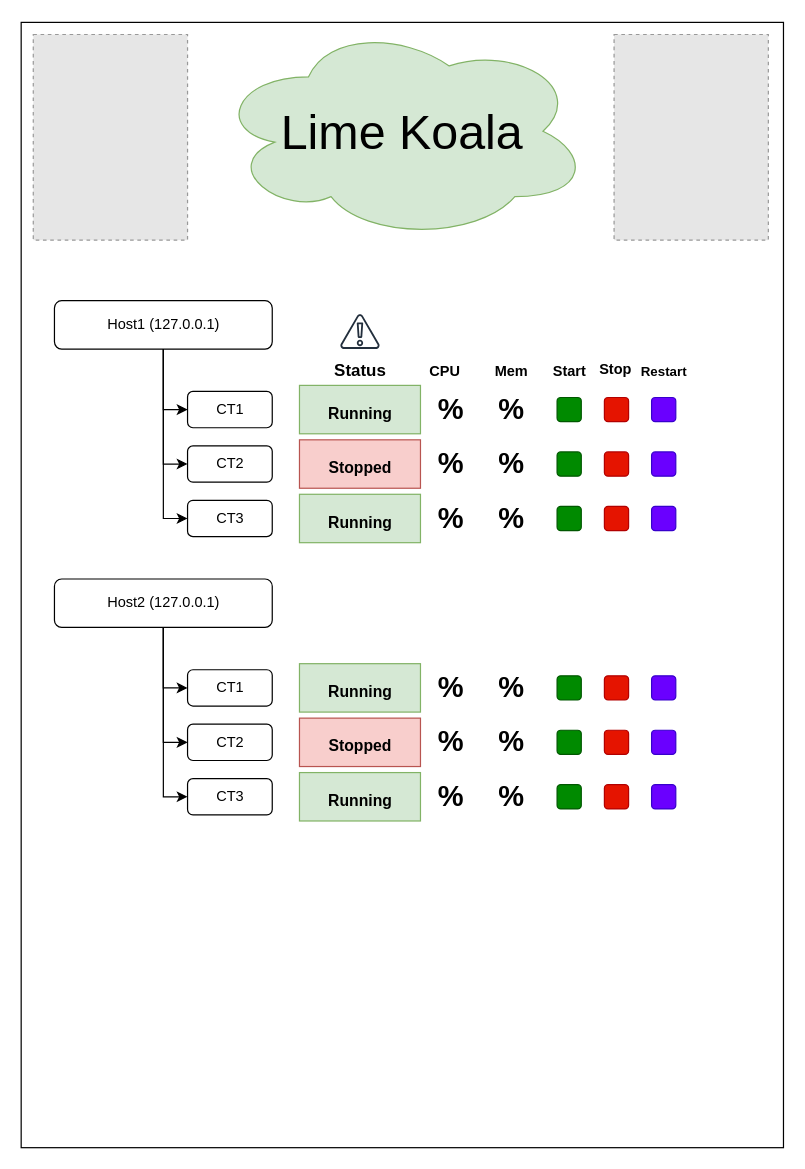
Earlier version of the draw.io diagram docs/frontend.drawio (mrmysko/itinf23-scrumprojekt-lime-koala). Source tidied: cells renumbered, new cells numbered last; positions are measured from the earlier drawing's top-left corner, leaving out a move shared by most shapes. Both pictures are drawn from the tidied source at 121%, with x=0, y=0 at pixel (21, 22). Pictures stored in the file or linked from it are replaced by grey dashed boxes.
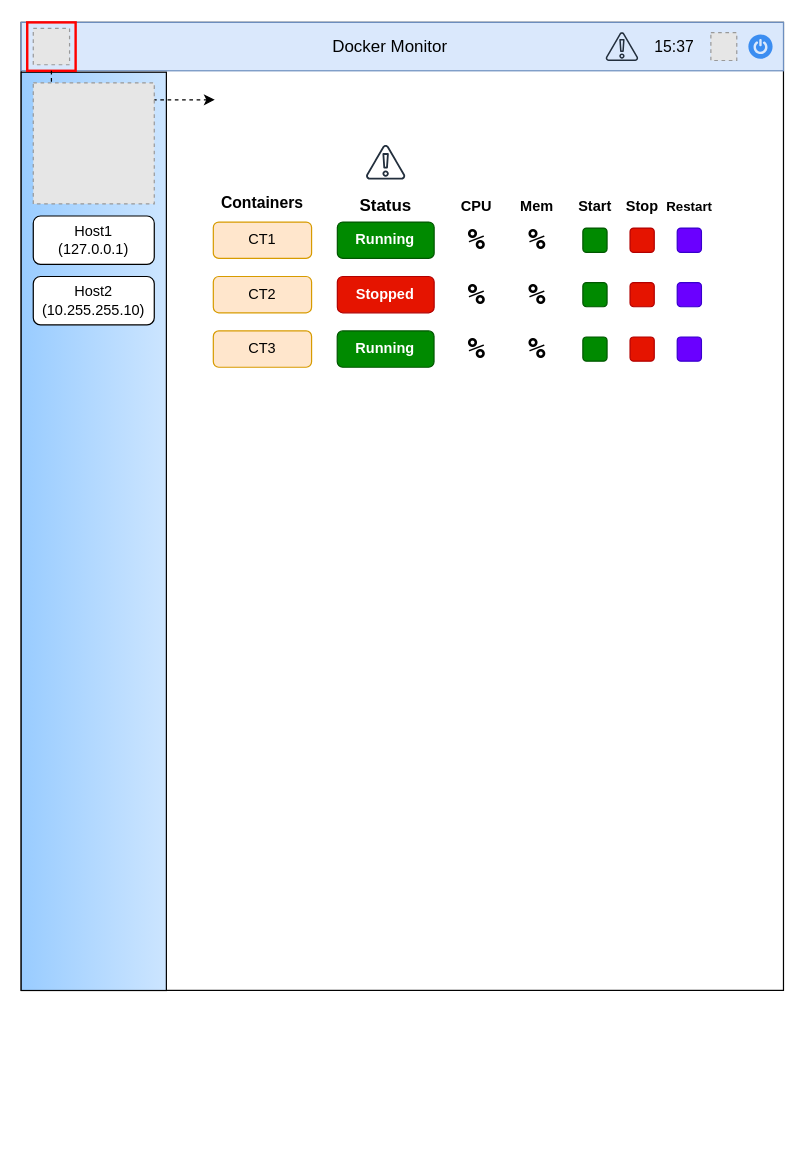
The same page after the edit.

Diff of the diagram source:
```diff
@@
     <mxCell id="2" style="rounded=0;whiteSpace=wrap;html=1;" parent="1" vertex="1">
-      <mxGeometry width="630" height="930" as="geometry" />
+      <mxGeometry width="630" height="800" as="geometry" />
     </mxCell>
-    <mxCell id="3" style="fillColor=#E6E6E6;strokeColor=#999999;dashed=1;verticalLabelPosition=bottom;labelBackgroundColor=default;verticalAlign=top;" parent="1" vertex="1">
-      <mxGeometry x="10" y="10" width="127.5" height="170" as="geometry" />
-    </mxCell>
     <mxCell id="4" style="sketch=0;fontColor=#232F3E;gradientColor=none;fillColor=#232F3D;strokeColor=none;dashed=0;verticalLabelPosition=bottom;verticalAlign=top;align=center;html=1;fontSize=12;fontStyle=0;shape=mxgraph.aws4.alert;" parent="1" vertex="1">
-      <mxGeometry x="263.7" y="241.1" width="32.6" height="28.9" as="geometry" />
+      <mxGeometry x="284.9" y="101.1" width="32.6" height="28.9" as="geometry" />
     </mxCell>
     <mxCell id="5" style="rounded=1;whiteSpace=wrap;html=1;fillColor=#008a00;strokeColor=#005700;fontColor=#ffffff;" parent="1" vertex="1">
-      <mxGeometry x="442.9" y="310" width="20" height="20" as="geometry" />
+      <mxGeometry x="464.2" y="170" width="20" height="20" as="geometry" />
     </mxCell>
     <mxCell id="6" style="rounded=1;whiteSpace=wrap;html=1;fillColor=#e51400;strokeColor=#B20000;fontColor=#ffffff;" parent="1" vertex="1">
-      <mxGeometry x="482" y="310" width="20" height="20" as="geometry" />
+      <mxGeometry x="503.2" y="170" width="20" height="20" as="geometry" />
     </mxCell>
     <mxCell id="7" style="rounded=1;whiteSpace=wrap;html=1;fillColor=#6a00ff;strokeColor=#3700CC;fontColor=#ffffff;" parent="1" vertex="1">
-      <mxGeometry x="521" y="310" width="20" height="20" as="geometry" />
+      <mxGeometry x="542.2" y="170" width="20" height="20" as="geometry" />
     </mxCell>
-    <mxCell id="8" style="edgeStyle=orthogonalEdgeStyle;rounded=0;jettySize=auto;html=1;entryX=0;entryY=0.5;entryDx=0;entryDy=0;" parent="1" edge="1" source="11" target="12">
-      <mxGeometry relative="1" as="geometry" />
-    </mxCell>
-    <mxCell id="9" style="edgeStyle=orthogonalEdgeStyle;rounded=0;jettySize=auto;html=1;entryX=0;entryY=0.5;entryDx=0;entryDy=0;" parent="1" edge="1" source="11" target="13">
-      <mxGeometry relative="1" as="geometry" />
-    </mxCell>
-    <mxCell id="10" style="edgeStyle=orthogonalEdgeStyle;rounded=0;jettySize=auto;html=1;exitX=0.5;exitY=1;exitDx=0;exitDy=0;entryX=0;entryY=0.5;entryDx=0;entryDy=0;" parent="1" edge="1" source="11" target="14">
-      <mxGeometry relative="1" as="geometry" />
-    </mxCell>
-    <mxCell id="11" value="Host1 (127.0.0.1)" style="rounded=1;whiteSpace=wrap;html=1;" parent="1" vertex="1">
-      <mxGeometry x="27.5" y="230" width="180" height="40" as="geometry" />
-    </mxCell>
-    <mxCell id="12" value="CT1" style="rounded=1;whiteSpace=wrap;html=1;" parent="1" vertex="1">
-      <mxGeometry x="137.5" y="305" width="70" height="30" as="geometry" />
+    <mxCell id="12" value="CT1" style="rounded=1;whiteSpace=wrap;html=1;fillColor=#ffe6cc;strokeColor=#d79b00;" parent="1" vertex="1">
+      <mxGeometry x="158.8" y="165" width="81.2" height="30" as="geometry" />
     </mxCell>
-    <mxCell id="13" value="CT2" style="rounded=1;whiteSpace=wrap;html=1;" parent="1" vertex="1">
-      <mxGeometry x="137.5" y="350" width="70" height="30" as="geometry" />
+    <mxCell id="13" value="CT2" style="rounded=1;whiteSpace=wrap;html=1;fillColor=#ffe6cc;strokeColor=#d79b00;" parent="1" vertex="1">
+      <mxGeometry x="158.8" y="210" width="81.2" height="30" as="geometry" />
     </mxCell>
-    <mxCell id="14" value="CT3" style="rounded=1;whiteSpace=wrap;html=1;" parent="1" vertex="1">
-      <mxGeometry x="137.5" y="395" width="70" height="30" as="geometry" />
+    <mxCell id="14" value="CT3" style="rounded=1;whiteSpace=wrap;html=1;fillColor=#ffe6cc;strokeColor=#d79b00;" parent="1" vertex="1">
+      <mxGeometry x="158.8" y="255" width="81.2" height="30" as="geometry" />
     </mxCell>
     <mxCell id="15" style="rounded=1;whiteSpace=wrap;html=1;fillColor=#008a00;strokeColor=#005700;fontColor=#ffffff;" parent="1" vertex="1">
-      <mxGeometry x="442.9" y="355" width="20" height="20" as="geometry" />
+      <mxGeometry x="464.2" y="215" width="20" height="20" as="geometry" />
     </mxCell>
     <mxCell id="16" style="rounded=1;whiteSpace=wrap;html=1;fillColor=#e51400;strokeColor=#B20000;fontColor=#ffffff;" parent="1" vertex="1">
-      <mxGeometry x="482" y="355" width="20" height="20" as="geometry" />
+      <mxGeometry x="503.2" y="215" width="20" height="20" as="geometry" />
     </mxCell>
     <mxCell id="17" style="rounded=1;whiteSpace=wrap;html=1;fillColor=#6a00ff;strokeColor=#3700CC;fontColor=#ffffff;" parent="1" vertex="1">
-      <mxGeometry x="521" y="355" width="20" height="20" as="geometry" />
+      <mxGeometry x="542.2" y="215" width="20" height="20" as="geometry" />
     </mxCell>
     <mxCell id="18" style="rounded=1;whiteSpace=wrap;html=1;fillColor=#008a00;strokeColor=#005700;fontColor=#ffffff;" parent="1" vertex="1">
-      <mxGeometry x="442.9" y="400" width="20" height="20" as="geometry" />
+      <mxGeometry x="464.2" y="260" width="20" height="20" as="geometry" />
     </mxCell>
     <mxCell id="19" style="rounded=1;whiteSpace=wrap;html=1;fillColor=#e51400;strokeColor=#B20000;fontColor=#ffffff;" parent="1" vertex="1">
-      <mxGeometry x="482" y="400" width="20" height="20" as="geometry" />
+      <mxGeometry x="503.2" y="260" width="20" height="20" as="geometry" />
     </mxCell>
     <mxCell id="20" style="rounded=1;whiteSpace=wrap;html=1;fillColor=#6a00ff;strokeColor=#3700CC;fontColor=#ffffff;" parent="1" vertex="1">
-      <mxGeometry x="521" y="400" width="20" height="20" as="geometry" />
+      <mxGeometry x="542.2" y="260" width="20" height="20" as="geometry" />
     </mxCell>
     <mxCell id="21" value="&lt;font style=&quot;font-size: 12px;&quot;&gt;Start&lt;/font&gt;" style="text;strokeColor=none;fillColor=none;html=1;fontSize=24;fontStyle=1;verticalAlign=middle;align=center;rounded=1;" parent="1" vertex="1">
-      <mxGeometry x="423.9" y="265" width="58" height="40" as="geometry" />
+      <mxGeometry x="447.6" y="137.5" width="53.2" height="21.1" as="geometry" />
     </mxCell>
     <mxCell id="22" value="&lt;font style=&quot;font-size: 12px;&quot;&gt;Stop&lt;/font&gt;" style="text;strokeColor=none;fillColor=none;html=1;fontSize=24;fontStyle=1;verticalAlign=middle;align=center;rounded=1;" parent="1" vertex="1">
-      <mxGeometry x="460" y="260" width="61" height="45" as="geometry" />
+      <mxGeometry x="486.6" y="136.2" width="53.3" height="23.9" as="geometry" />
     </mxCell>
     <mxCell id="23" value="&lt;font style=&quot;font-size: 11px;&quot;&gt;Restart&lt;/font&gt;" style="text;strokeColor=none;fillColor=none;html=1;fontSize=24;fontStyle=1;verticalAlign=middle;align=center;rounded=1;" parent="1" vertex="1">
-      <mxGeometry x="502" y="265" width="58" height="40" as="geometry" />
+      <mxGeometry x="523.7" y="133.7" width="57.1" height="28.9" as="geometry" />
     </mxCell>
-    <mxCell id="24" value="%" style="text;strokeColor=none;fillColor=none;html=1;fontSize=24;fontStyle=1;verticalAlign=middle;align=center;" parent="1" vertex="1">
-      <mxGeometry x="380" y="305" width="50" height="30" as="geometry" />
+    <mxCell id="24" value="&lt;font face=&quot;Lucida Console&quot;&gt;%&lt;/font&gt;" style="text;strokeColor=none;fillColor=none;html=1;fontSize=24;fontStyle=1;verticalAlign=middle;align=center;" parent="1" vertex="1">
+      <mxGeometry x="401.2" y="165" width="50" height="30" as="geometry" />
     </mxCell>
-    <mxCell id="25" value="%" style="text;strokeColor=none;fillColor=none;html=1;fontSize=24;fontStyle=1;verticalAlign=middle;align=center;" parent="1" vertex="1">
-      <mxGeometry x="330" y="305" width="50" height="30" as="geometry" />
+    <mxCell id="25" value="&lt;font face=&quot;Lucida Console&quot;&gt;%&lt;/font&gt;" style="text;strokeColor=none;fillColor=none;html=1;fontSize=24;fontStyle=1;verticalAlign=middle;align=center;" parent="1" vertex="1">
+      <mxGeometry x="351.2" y="165" width="50" height="30" as="geometry" />
     </mxCell>
-    <mxCell id="26" value="%" style="text;strokeColor=none;fillColor=none;html=1;fontSize=24;fontStyle=1;verticalAlign=middle;align=center;" parent="1" vertex="1">
-      <mxGeometry x="380" y="350" width="50" height="30" as="geometry" />
+    <mxCell id="26" value="&lt;font face=&quot;Lucida Console&quot;&gt;%&lt;/font&gt;" style="text;strokeColor=none;fillColor=none;html=1;fontSize=24;fontStyle=1;verticalAlign=middle;align=center;" parent="1" vertex="1">
+      <mxGeometry x="401.2" y="210" width="50" height="30" as="geometry" />
     </mxCell>
-    <mxCell id="27" value="%" style="text;strokeColor=none;fillColor=none;html=1;fontSize=24;fontStyle=1;verticalAlign=middle;align=center;" parent="1" vertex="1">
-      <mxGeometry x="380" y="395" width="50" height="30" as="geometry" />
+    <mxCell id="27" value="&lt;font face=&quot;Lucida Console&quot;&gt;%&lt;/font&gt;" style="text;strokeColor=none;fillColor=none;html=1;fontSize=24;fontStyle=1;verticalAlign=middle;align=center;" parent="1" vertex="1">
+      <mxGeometry x="401.2" y="255" width="50" height="30" as="geometry" />
     </mxCell>
-    <mxCell id="28" value="%" style="text;strokeColor=none;fillColor=none;html=1;fontSize=24;fontStyle=1;verticalAlign=middle;align=center;" parent="1" vertex="1">
-      <mxGeometry x="330" y="350" width="50" height="30" as="geometry" />
+    <mxCell id="28" value="&lt;font face=&quot;Lucida Console&quot;&gt;%&lt;/font&gt;" style="text;strokeColor=none;fillColor=none;html=1;fontSize=24;fontStyle=1;verticalAlign=middle;align=center;" parent="1" vertex="1">
+      <mxGeometry x="351.2" y="210" width="50" height="30" as="geometry" />
     </mxCell>
-    <mxCell id="29" value="%" style="text;strokeColor=none;fillColor=none;html=1;fontSize=24;fontStyle=1;verticalAlign=middle;align=center;" parent="1" vertex="1">
-      <mxGeometry x="330" y="395" width="50" height="30" as="geometry" />
+    <mxCell id="29" value="&lt;font face=&quot;Lucida Console&quot;&gt;%&lt;/font&gt;" style="text;strokeColor=none;fillColor=none;html=1;fontSize=24;fontStyle=1;verticalAlign=middle;align=center;" parent="1" vertex="1">
+      <mxGeometry x="351.2" y="255" width="50" height="30" as="geometry" />
     </mxCell>
     <mxCell id="30" value="&lt;font style=&quot;font-size: 12px;&quot;&gt;Mem&lt;/font&gt;" style="text;strokeColor=none;fillColor=none;html=1;fontSize=24;fontStyle=1;verticalAlign=middle;align=center;" parent="1" vertex="1">
-      <mxGeometry x="355" y="265" width="100" height="40" as="geometry" />
+      <mxGeometry x="397.1" y="133.7" width="58.3" height="28.9" as="geometry" />
     </mxCell>
     <mxCell id="31" value="&lt;font style=&quot;font-size: 12px;&quot;&gt;CPU&lt;/font&gt;" style="text;strokeColor=none;fillColor=none;html=1;fontSize=24;fontStyle=1;verticalAlign=middle;align=center;" parent="1" vertex="1">
-      <mxGeometry x="300" y="265" width="100" height="40" as="geometry" />
+      <mxGeometry x="345" y="136.2" width="62.4" height="23.9" as="geometry" />
     </mxCell>
     <mxCell id="32" value="&lt;font style=&quot;font-size: 14px;&quot;&gt;Status&lt;/font&gt;" style="text;strokeColor=none;fillColor=none;html=1;fontSize=24;fontStyle=1;verticalAlign=middle;align=center;" parent="1" vertex="1">
-      <mxGeometry x="230" y="265" width="100" height="40" as="geometry" />
+      <mxGeometry x="251.3" y="135" width="100" height="25" as="geometry" />
     </mxCell>
-    <mxCell id="33" value="&lt;font style=&quot;font-size: 13px;&quot;&gt;Running&lt;/font&gt;" style="text;strokeColor=#82b366;fillColor=#d5e8d4;html=1;fontSize=24;fontStyle=1;verticalAlign=middle;align=center;" parent="1" vertex="1">
-      <mxGeometry x="230" y="300" width="100" height="40" as="geometry" />
-    </mxCell>
-    <mxCell id="34" value="&lt;font style=&quot;font-size: 13px;&quot;&gt;Running&lt;/font&gt;" style="text;strokeColor=#82b366;fillColor=#d5e8d4;html=1;fontSize=24;fontStyle=1;verticalAlign=middle;align=center;" parent="1" vertex="1">
-      <mxGeometry x="230" y="390" width="100" height="40" as="geometry" />
-    </mxCell>
-    <mxCell id="35" value="&lt;font style=&quot;font-size: 13px;&quot;&gt;Stopped&lt;/font&gt;" style="text;strokeColor=#b85450;fillColor=#f8cecc;html=1;fontSize=24;fontStyle=1;verticalAlign=middle;align=center;" parent="1" vertex="1">
-      <mxGeometry x="230" y="345" width="100" height="40" as="geometry" />
-    </mxCell>
-    <mxCell id="36" style="fillColor=#E6E6E6;strokeColor=#999999;dashed=1;verticalLabelPosition=bottom;labelBackgroundColor=default;verticalAlign=top;" parent="1" vertex="1">
-      <mxGeometry x="490" y="10" width="127.5" height="170" as="geometry" />
-    </mxCell>
-    <mxCell id="37" style="edgeStyle=orthogonalEdgeStyle;rounded=0;jettySize=auto;html=1;entryX=0;entryY=0.5;entryDx=0;entryDy=0;" parent="1" edge="1" source="40" target="41">
-      <mxGeometry relative="1" as="geometry" />
-    </mxCell>
-    <mxCell id="38" style="edgeStyle=orthogonalEdgeStyle;rounded=0;jettySize=auto;html=1;exitX=0.5;exitY=1;exitDx=0;exitDy=0;entryX=0;entryY=0.5;entryDx=0;entryDy=0;" parent="1" edge="1" source="40" target="42">
-      <mxGeometry relative="1" as="geometry" />
-    </mxCell>
-    <mxCell id="39" style="edgeStyle=orthogonalEdgeStyle;rounded=0;jettySize=auto;html=1;exitX=0.5;exitY=1;exitDx=0;exitDy=0;entryX=0;entryY=0.5;entryDx=0;entryDy=0;" parent="1" edge="1" source="40" target="43">
-      <mxGeometry relative="1" as="geometry" />
-    </mxCell>
+    <mxCell id="63" style="rounded=0;whiteSpace=wrap;html=1;fillColor=#dae8fc;strokeColor=#6c8ebf;" parent="1" vertex="1">
+      <mxGeometry width="630" height="40" as="geometry" />
+    </mxCell>
+    <mxCell id="64" value="&lt;font style=&quot;font-size: 13px;&quot;&gt;15:37&lt;/font&gt;" style="text;html=1;align=center;verticalAlign=middle;whiteSpace=wrap;rounded=0;" parent="1" vertex="1">
+      <mxGeometry x="510" y="5" width="60" height="30" as="geometry" />
+    </mxCell>
+    <mxCell id="65" style="sketch=0;html=1;strokeColor=none;shadow=0;fillColor=#3B8DF1;verticalAlign=top;labelPosition=center;verticalLabelPosition=bottom;shape=mxgraph.gcp2.a7_power;" parent="1" vertex="1">
+      <mxGeometry x="601" y="10" width="20" height="20" as="geometry" />
+    </mxCell>
+    <mxCell id="66" style="fillColor=#E6E6E6;strokeColor=#999999;dashed=1;html=1;verticalAlign=top;verticalLabelPosition=bottom;labelBackgroundColor=#ffffff;" parent="1" vertex="1">
+      <mxGeometry x="10" y="5" width="30" height="30" as="geometry" />
+    </mxCell>
+    <mxCell id="67" value="&lt;font style=&quot;font-size: 14px;&quot;&gt;Docker Monitor&lt;/font&gt;" style="text;html=1;align=center;verticalAlign=middle;whiteSpace=wrap;rounded=0;" parent="1" vertex="1">
+      <mxGeometry x="170" y="5" width="270" height="30" as="geometry" />
+    </mxCell>
+    <mxCell id="68" style="fillColor=#E6E6E6;strokeColor=#999999;dashed=1;verticalLabelPosition=bottom;labelBackgroundColor=default;verticalAlign=top;" parent="1" vertex="1">
+      <mxGeometry x="570" y="8.5" width="21.4" height="23" as="geometry" />
+    </mxCell>
+    <mxCell id="69" value="&lt;b&gt;Running&lt;/b&gt;" style="rounded=1;whiteSpace=wrap;html=1;fillColor=#008a00;fontColor=#ffffff;strokeColor=#005700;" parent="1" vertex="1">
+      <mxGeometry x="261.3" y="165" width="80" height="30" as="geometry" />
+    </mxCell>
+    <mxCell id="70" value="&lt;b&gt;Stopped&lt;/b&gt;" style="rounded=1;whiteSpace=wrap;html=1;fillColor=#e51400;fontColor=#ffffff;strokeColor=#B20000;" parent="1" vertex="1">
+      <mxGeometry x="261.3" y="210" width="80" height="30" as="geometry" />
+    </mxCell>
+    <mxCell id="71" value="&lt;b&gt;Running&lt;/b&gt;" style="rounded=1;whiteSpace=wrap;html=1;fillColor=#008a00;fontColor=#ffffff;strokeColor=#005700;" parent="1" vertex="1">
+      <mxGeometry x="261.2" y="255" width="80" height="30" as="geometry" />
+    </mxCell>
+    <mxCell id="72" style="rounded=0;whiteSpace=wrap;html=1;gradientColor=#99CCFF;gradientDirection=west;fillColor=#CCE5FF;" parent="1" vertex="1">
+      <mxGeometry y="41.2" width="120" height="758.9" as="geometry" />
+    </mxCell>
+    <mxCell id="73" style="rounded=0;whiteSpace=wrap;html=1;fillColor=none;strokeColor=#FF0000;gradientColor=none;strokeWidth=2;" parent="1" vertex="1">
+      <mxGeometry x="5" width="40" height="40" as="geometry" />
+    </mxCell>
+    <mxCell id="11" value="Host1&lt;div&gt;(127.0.0.1)&lt;/div&gt;" style="rounded=1;whiteSpace=wrap;html=1;" parent="1" vertex="1">
+      <mxGeometry x="10" y="160" width="100" height="40" as="geometry" />
+    </mxCell>
-    <mxCell id="40" value="Host2 (127.0.0.1)" style="rounded=1;whiteSpace=wrap;html=1;" parent="1" vertex="1">
-      <mxGeometry x="27.5" y="460" width="180" height="40" as="geometry" />
+    <mxCell id="40" value="Host2 (10.255.255.10)" style="rounded=1;whiteSpace=wrap;html=1;" parent="1" vertex="1">
+      <mxGeometry x="10" y="210" width="100" height="40" as="geometry" />
     </mxCell>
-    <mxCell id="41" value="CT1" style="rounded=1;whiteSpace=wrap;html=1;" parent="1" vertex="1">
-      <mxGeometry x="137.5" y="535" width="70" height="30" as="geometry" />
-    </mxCell>
-    <mxCell id="42" value="CT2" style="rounded=1;whiteSpace=wrap;html=1;" parent="1" vertex="1">
-      <mxGeometry x="137.5" y="580" width="70" height="30" as="geometry" />
-    </mxCell>
-    <mxCell id="43" value="CT3" style="rounded=1;whiteSpace=wrap;html=1;" parent="1" vertex="1">
-      <mxGeometry x="137.5" y="625" width="70" height="30" as="geometry" />
-    </mxCell>
-    <mxCell id="44" value="%" style="text;strokeColor=none;fillColor=none;html=1;fontSize=24;fontStyle=1;verticalAlign=middle;align=center;" parent="1" vertex="1">
-      <mxGeometry x="330" y="535" width="50" height="30" as="geometry" />
-    </mxCell>
-    <mxCell id="45" value="%" style="text;strokeColor=none;fillColor=none;html=1;fontSize=24;fontStyle=1;verticalAlign=middle;align=center;" parent="1" vertex="1">
-      <mxGeometry x="330" y="580" width="50" height="30" as="geometry" />
-    </mxCell>
-    <mxCell id="46" value="%" style="text;strokeColor=none;fillColor=none;html=1;fontSize=24;fontStyle=1;verticalAlign=middle;align=center;" parent="1" vertex="1">
-      <mxGeometry x="330" y="625" width="50" height="30" as="geometry" />
-    </mxCell>
-    <mxCell id="47" value="&lt;font style=&quot;font-size: 13px;&quot;&gt;Running&lt;/font&gt;" style="text;strokeColor=#82b366;fillColor=#d5e8d4;html=1;fontSize=24;fontStyle=1;verticalAlign=middle;align=center;" parent="1" vertex="1">
-      <mxGeometry x="230" y="530" width="100" height="40" as="geometry" />
-    </mxCell>
-    <mxCell id="48" value="&lt;font style=&quot;font-size: 13px;&quot;&gt;Running&lt;/font&gt;" style="text;strokeColor=#82b366;fillColor=#d5e8d4;html=1;fontSize=24;fontStyle=1;verticalAlign=middle;align=center;" parent="1" vertex="1">
-      <mxGeometry x="230" y="620" width="100" height="40" as="geometry" />
-    </mxCell>
-    <mxCell id="49" value="&lt;font style=&quot;font-size: 13px;&quot;&gt;Stopped&lt;/font&gt;" style="text;strokeColor=#b85450;fillColor=#f8cecc;html=1;fontSize=24;fontStyle=1;verticalAlign=middle;align=center;" parent="1" vertex="1">
-      <mxGeometry x="230" y="575" width="100" height="40" as="geometry" />
-    </mxCell>
-    <mxCell id="50" style="rounded=1;whiteSpace=wrap;html=1;fillColor=#008a00;strokeColor=#005700;fontColor=#ffffff;" parent="1" vertex="1">
-      <mxGeometry x="442.9" y="540" width="20" height="20" as="geometry" />
-    </mxCell>
-    <mxCell id="51" style="rounded=1;whiteSpace=wrap;html=1;fillColor=#e51400;strokeColor=#B20000;fontColor=#ffffff;" parent="1" vertex="1">
-      <mxGeometry x="482" y="540" width="20" height="20" as="geometry" />
-    </mxCell>
-    <mxCell id="52" style="rounded=1;whiteSpace=wrap;html=1;fillColor=#6a00ff;strokeColor=#3700CC;fontColor=#ffffff;" parent="1" vertex="1">
-      <mxGeometry x="521" y="540" width="20" height="20" as="geometry" />
-    </mxCell>
-    <mxCell id="53" style="rounded=1;whiteSpace=wrap;html=1;fillColor=#008a00;strokeColor=#005700;fontColor=#ffffff;" parent="1" vertex="1">
-      <mxGeometry x="442.9" y="585" width="20" height="20" as="geometry" />
-    </mxCell>
-    <mxCell id="54" style="rounded=1;whiteSpace=wrap;html=1;fillColor=#e51400;strokeColor=#B20000;fontColor=#ffffff;" parent="1" vertex="1">
-      <mxGeometry x="482" y="585" width="20" height="20" as="geometry" />
-    </mxCell>
-    <mxCell id="55" style="rounded=1;whiteSpace=wrap;html=1;fillColor=#6a00ff;strokeColor=#3700CC;fontColor=#ffffff;" parent="1" vertex="1">
-      <mxGeometry x="521" y="585" width="20" height="20" as="geometry" />
-    </mxCell>
-    <mxCell id="56" style="rounded=1;whiteSpace=wrap;html=1;fillColor=#008a00;strokeColor=#005700;fontColor=#ffffff;" parent="1" vertex="1">
-      <mxGeometry x="442.9" y="630" width="20" height="20" as="geometry" />
-    </mxCell>
-    <mxCell id="57" style="rounded=1;whiteSpace=wrap;html=1;fillColor=#e51400;strokeColor=#B20000;fontColor=#ffffff;" parent="1" vertex="1">
-      <mxGeometry x="482" y="630" width="20" height="20" as="geometry" />
-    </mxCell>
-    <mxCell id="58" style="rounded=1;whiteSpace=wrap;html=1;fillColor=#6a00ff;strokeColor=#3700CC;fontColor=#ffffff;" parent="1" vertex="1">
-      <mxGeometry x="521" y="630" width="20" height="20" as="geometry" />
-    </mxCell>
-    <mxCell id="59" value="%" style="text;strokeColor=none;fillColor=none;html=1;fontSize=24;fontStyle=1;verticalAlign=middle;align=center;" parent="1" vertex="1">
-      <mxGeometry x="380" y="535" width="50" height="30" as="geometry" />
-    </mxCell>
-    <mxCell id="60" value="%" style="text;strokeColor=none;fillColor=none;html=1;fontSize=24;fontStyle=1;verticalAlign=middle;align=center;" parent="1" vertex="1">
-      <mxGeometry x="380" y="580" width="50" height="30" as="geometry" />
-    </mxCell>
-    <mxCell id="61" value="%" style="text;strokeColor=none;fillColor=none;html=1;fontSize=24;fontStyle=1;verticalAlign=middle;align=center;" parent="1" vertex="1">
-      <mxGeometry x="380" y="625" width="50" height="30" as="geometry" />
-    </mxCell>
-    <mxCell id="62" value="&lt;font style=&quot;font-size: 40px;&quot;&gt;Lime Koala&lt;br&gt;&lt;/font&gt;" style="ellipse;shape=cloud;whiteSpace=wrap;html=1;fillColor=#d5e8d4;strokeColor=#82b366;" parent="1" vertex="1">
-      <mxGeometry x="160" width="310" height="180" as="geometry" />
-    </mxCell>
+    <mxCell id="74" style="endArrow=classic;html=1;rounded=0;exitX=0.5;exitY=1;exitDx=0;exitDy=0;dashed=1;" parent="1" edge="1" source="73">
+      <mxGeometry relative="1" as="geometry">
+        <mxPoint x="160" y="64" as="targetPoint" />
+        <Array as="points">
+          <mxPoint x="25" y="64" />
+        </Array>
+      </mxGeometry>
+    </mxCell>
+    <mxCell id="75" style="sketch=0;fontColor=#232F3E;gradientColor=none;fillColor=#232F3D;strokeColor=none;dashed=0;verticalLabelPosition=bottom;verticalAlign=top;align=center;html=1;fontSize=12;fontStyle=0;shape=mxgraph.aws4.alert;" parent="1" vertex="1">
+      <mxGeometry x="483" y="8.1" width="27" height="23.9" as="geometry" />
+    </mxCell>
+    <mxCell id="76" value="&lt;b style=&quot;font-size: 13px;&quot;&gt;Containers&lt;/b&gt;" style="text;html=1;align=center;verticalAlign=middle;whiteSpace=wrap;rounded=0;fontSize=13;" parent="1" vertex="1">
+      <mxGeometry x="158.8" y="133.7" width="81.2" height="30" as="geometry" />
+    </mxCell>
+    <mxCell id="77" style="fillColor=#E6E6E6;strokeColor=#999999;dashed=1;verticalLabelPosition=bottom;labelBackgroundColor=default;verticalAlign=top;" parent="1" vertex="1">
+      <mxGeometry x="10" y="50" width="100" height="100" as="geometry" />
+    </mxCell>
```
